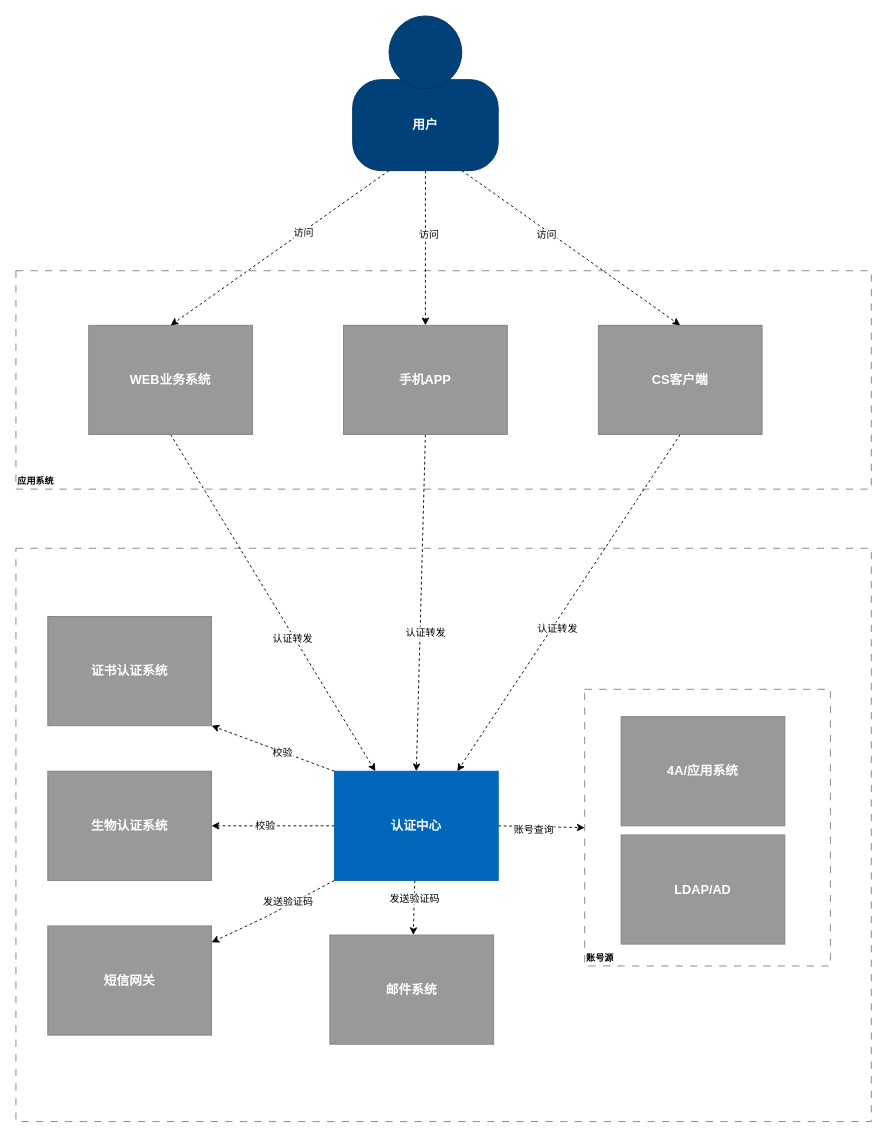
Above: 未命名绘图.drawio in onlinehack/drawionlinehack (draw.io), before the change. Source tidied: cells renumbered, new cells numbered last; positions are measured from the earlier drawing's top-left corner, leaving out a move shared by most shapes. Both pictures are drawn from the tidied source at 91%, with x=0, y=0 at pixel (15, 15).
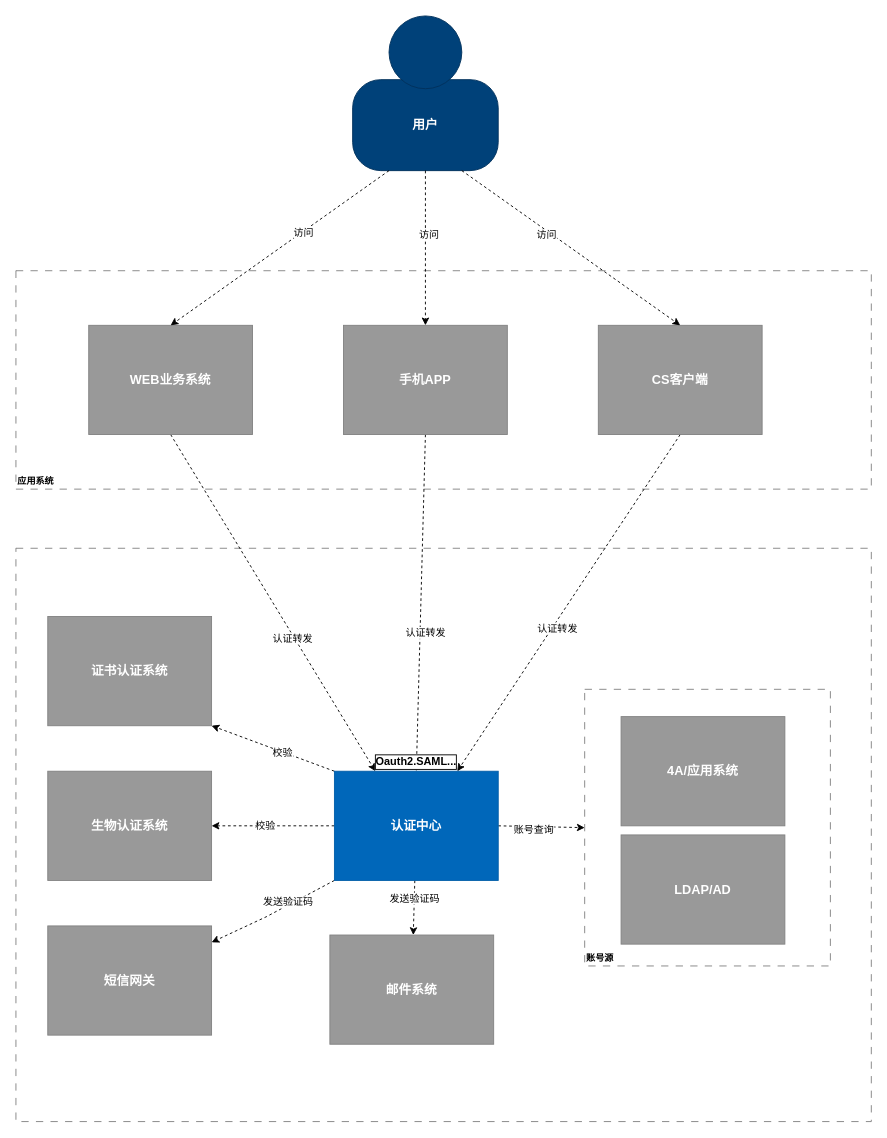
The same page after the edit.

Commit message:
更新未命名绘图.drawio

Diff of the diagram source:
```diff
@@
+    <mxCell id="40" value="Oauth2.SAML...&lt;br&gt;" style="text;html=1;strokeColor=none;fillColor=none;align=center;verticalAlign=middle;whiteSpace=wrap;rounded=0;fontStyle=1;labelBackgroundColor=#ffffff;labelBorderColor=#000000;" parent="1" vertex="1">
+      <mxGeometry x="420" y="810" width="40" height="20" as="geometry" />
+    </mxCell>
```
